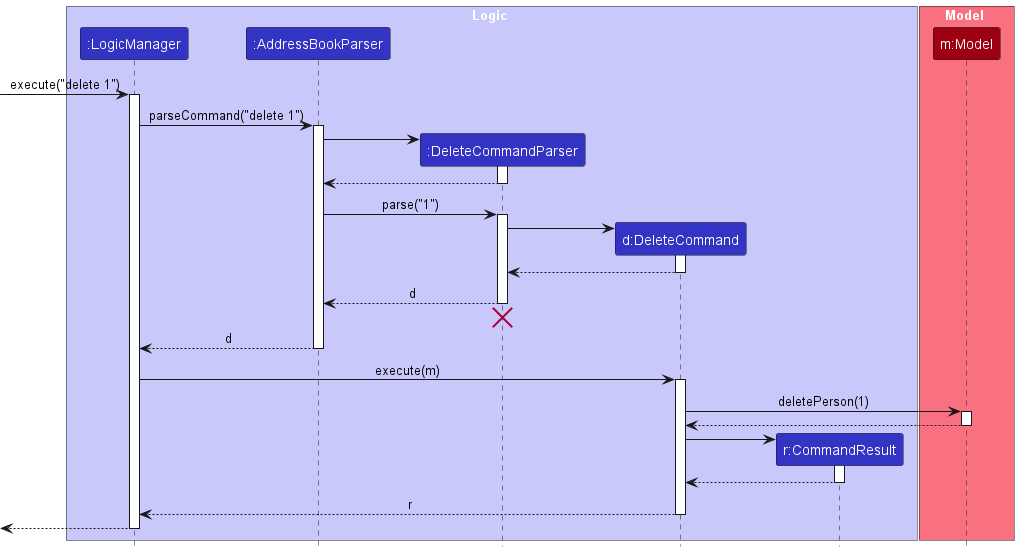
This is docs/images/DeleteSequenceDiagram.png from nus-cs2103-AY2425S1/tp, a PlantUML export, as it was before one commit.
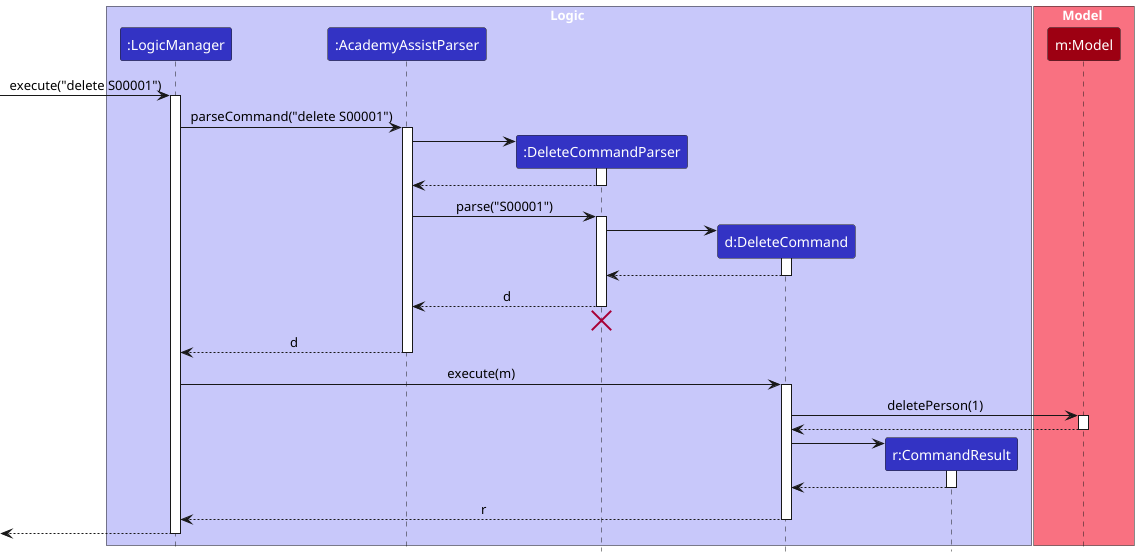
Above is the later version.

Change to the diagram source:
```diff
@@ -4,7 +4,7 @@
 
 box Logic LOGIC_COLOR_T1
 participant ":LogicManager" as LogicManager LOGIC_COLOR
-participant ":AddressBookParser" as AddressBookParser LOGIC_COLOR
+participant ":AcademyAssistParser" as AcademyAssistParser LOGIC_COLOR
 participant ":DeleteCommandParser" as DeleteCommandParser LOGIC_COLOR
 participant "d:DeleteCommand" as DeleteCommand LOGIC_COLOR
 participant "r:CommandResult" as CommandResult LOGIC_COLOR
@@ -14,20 +14,20 @@
 participant "m:Model" as Model MODEL_COLOR
 end box
 
-[-> LogicManager : execute("delete 1")
+[-> LogicManager : execute("delete S00001")
 activate LogicManager
 
-LogicManager -> AddressBookParser : parseCommand("delete 1")
-activate AddressBookParser
+LogicManager -> AcademyAssistParser : parseCommand("delete S00001")
+activate AcademyAssistParser
 
 create DeleteCommandParser
-AddressBookParser -> DeleteCommandParser
+AcademyAssistParser -> DeleteCommandParser
 activate DeleteCommandParser
 
-DeleteCommandParser --> AddressBookParser
+DeleteCommandParser --> AcademyAssistParser
 deactivate DeleteCommandParser
 
-AddressBookParser -> DeleteCommandParser : parse("1")
+AcademyAssistParser -> DeleteCommandParser : parse("S00001")
 activate DeleteCommandParser
 
 create DeleteCommand
@@ -37,13 +37,13 @@
 DeleteCommand --> DeleteCommandParser :
 deactivate DeleteCommand
 
-DeleteCommandParser --> AddressBookParser : d
+DeleteCommandParser --> AcademyAssistParser : d
 deactivate DeleteCommandParser
-DeleteCommandParser -[hidden]-> AddressBookParser
+DeleteCommandParser -[hidden]-> AcademyAssistParser
 destroy DeleteCommandParser
 
-AddressBookParser --> LogicManager : d
-deactivate AddressBookParser
+AcademyAssistParser --> LogicManager : d
+deactivate AcademyAssistParser
 
 LogicManager -> DeleteCommand : execute(m)
 activate DeleteCommand
```
